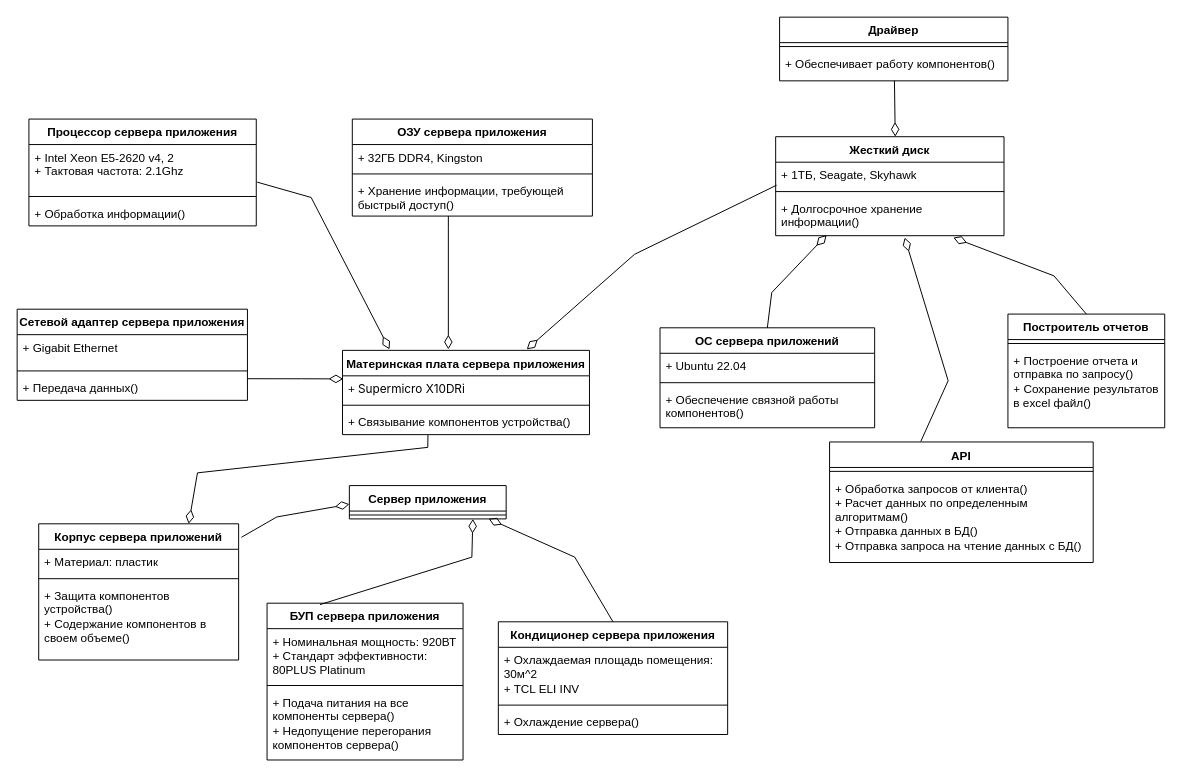
This is Определение проекта АИС "Сервер приложения".drawio from hiff0/db-city-council, a draw.io file, before an edit. Source tidied: cells renumbered, new cells numbered last; positions are measured from the earlier drawing's top-left corner, leaving out a move shared by most shapes. Both pictures are drawn from the tidied source at 98%, with x=0, y=0 at pixel (17, 17).
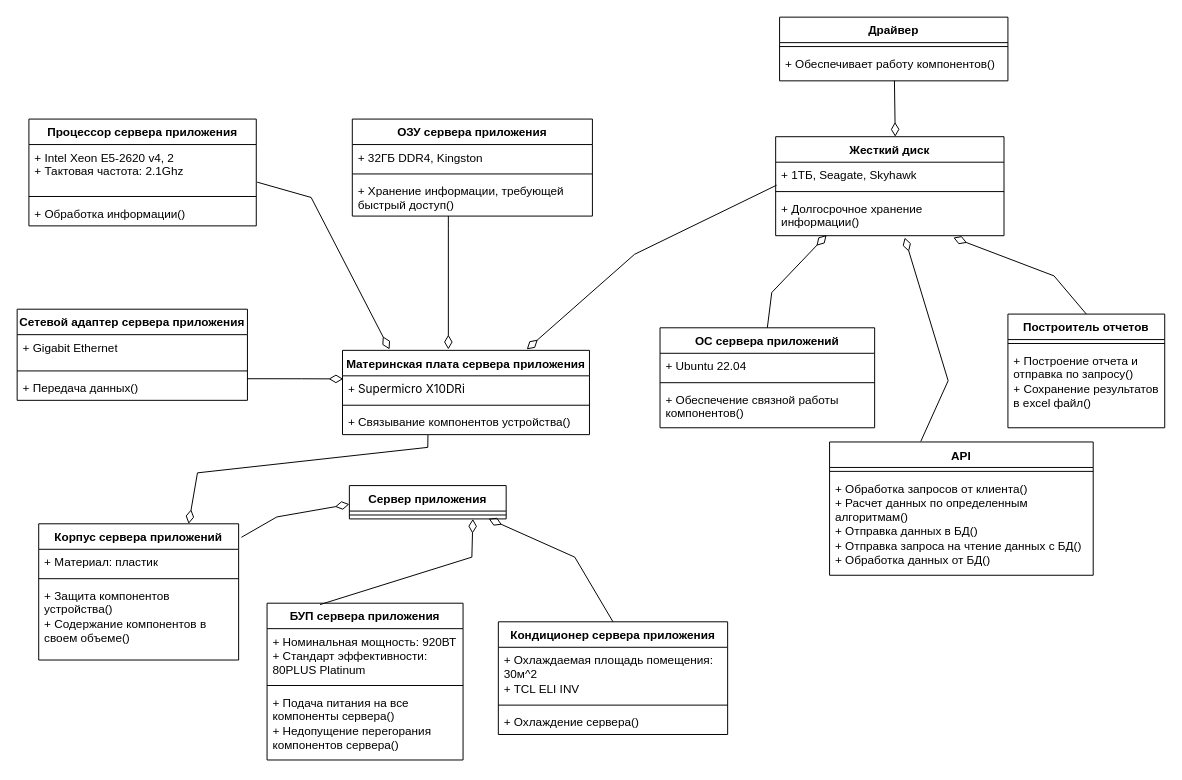
The same page after the edit.

The edit, as a diff of the source:
```diff
@@
     <mxCell id="32" value="API" style="swimlane;fontStyle=1;align=center;verticalAlign=top;horizontal=1;startSize=26;whiteSpace=wrap;html=1;" parent="1" vertex="1">
-      <mxGeometry x="829" y="433.5" width="269" height="123" as="geometry" />
+      <mxGeometry x="829" y="433.5" width="269" height="136" as="geometry" />
     </mxCell>
@@
-    <mxCell id="34" value="+ Обработка запросов от клиента()&lt;div&gt;+ Расчет данных по определенным алгоритмам()&lt;/div&gt;&lt;div&gt;&lt;div&gt;+ Отправка данных в БД()&lt;/div&gt;&lt;div&gt;+ Отправка запроса на чтение данных с БД()&lt;/div&gt;&lt;/div&gt;" style="text;strokeColor=none;fillColor=none;align=left;verticalAlign=top;spacingLeft=4;spacingRight=4;overflow=hidden;whiteSpace=wrap;html=1;" parent="32" vertex="1">
-      <mxGeometry y="34" width="269" height="89" as="geometry" />
+    <mxCell id="34" value="+ Обработка запросов от клиента()&lt;div&gt;+ Расчет данных по определенным алгоритмам()&lt;/div&gt;&lt;div&gt;&lt;div&gt;+ Отправка данных в БД()&lt;/div&gt;&lt;div&gt;+ Отправка запроса на чтение данных с БД()&lt;/div&gt;&lt;/div&gt;&lt;div&gt;+ Обработка данных от БД()&lt;/div&gt;" style="text;strokeColor=none;fillColor=none;align=left;verticalAlign=top;spacingLeft=4;spacingRight=4;overflow=hidden;whiteSpace=wrap;html=1;" parent="32" vertex="1">
+      <mxGeometry y="34" width="269" height="102" as="geometry" />
     </mxCell>
```
